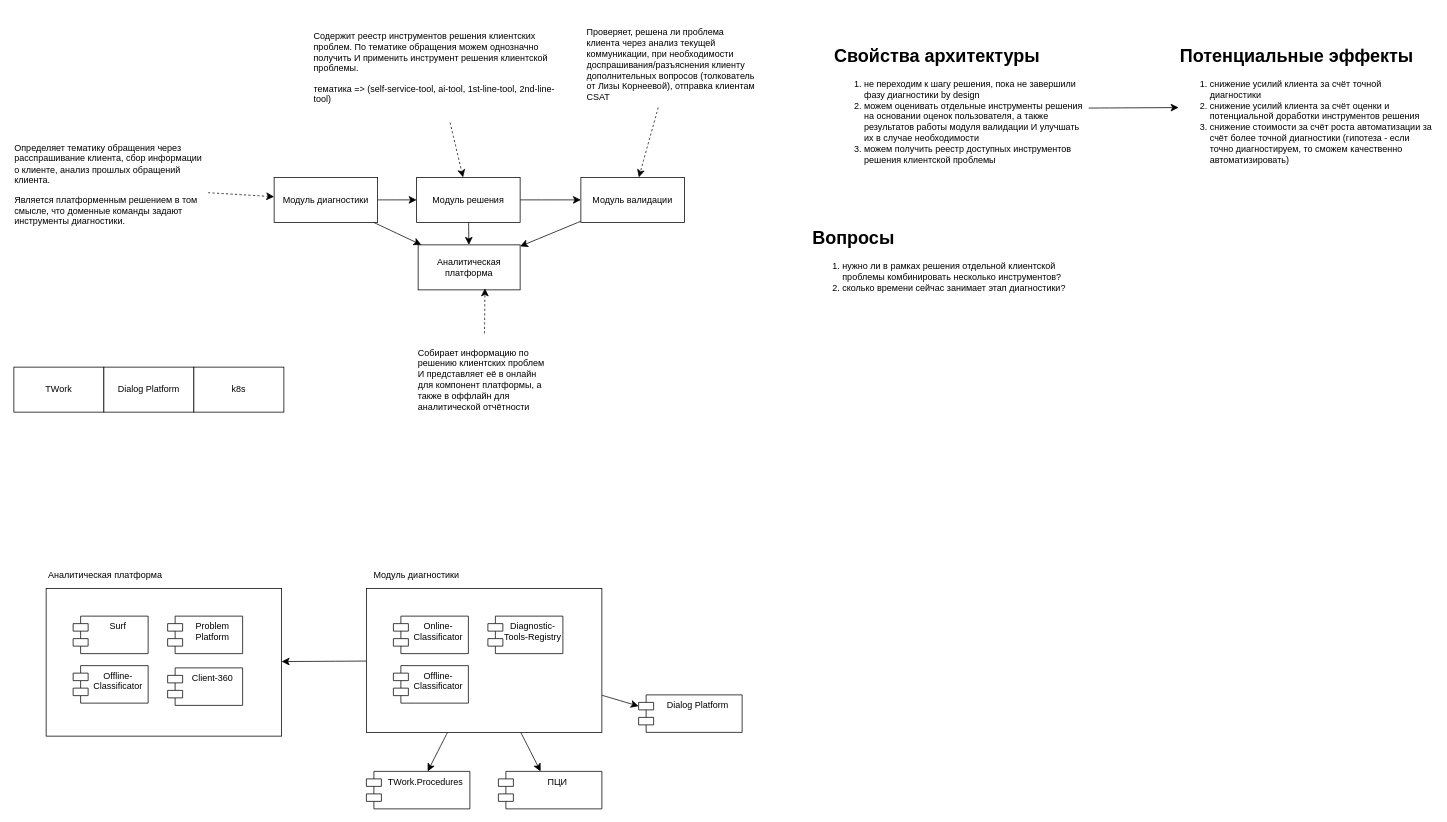
Above: concept-arch.drawio in alexAkselrod/alex-akselrod (draw.io), before the change. Source tidied: cells renumbered, new cells numbered last; positions are measured from the earlier drawing's top-left corner, leaving out a move shared by most shapes. Both pictures are drawn from the tidied source at 75%, with x=0, y=0 at pixel (13, 13).
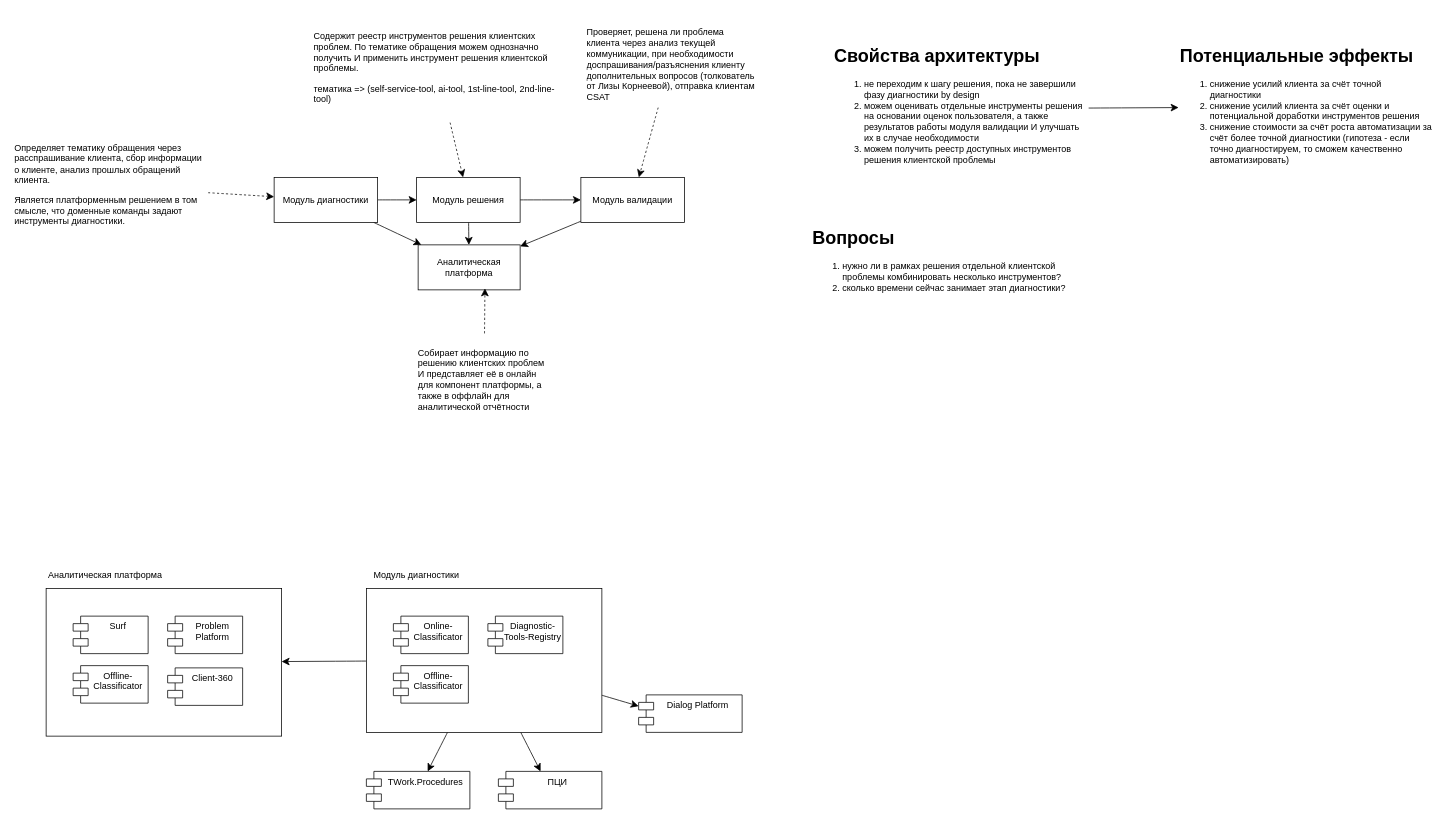
After the change.

Diff of the diagram source:
```diff
@@
-    <mxCell id="11" value="TWork" style="rounded=0;whiteSpace=wrap;html=1;" parent="1" vertex="1">
-      <mxGeometry x="1" y="472" width="120" height="60" as="geometry" />
-    </mxCell>
-    <mxCell id="12" value="Dialog Platform" style="rounded=0;whiteSpace=wrap;html=1;" parent="1" vertex="1">
-      <mxGeometry x="121" y="472" width="120" height="60" as="geometry" />
-    </mxCell>
-    <mxCell id="13" value="k8s" style="rounded=0;whiteSpace=wrap;html=1;" parent="1" vertex="1">
-      <mxGeometry x="241" y="472" width="120" height="60" as="geometry" />
-    </mxCell>
```
